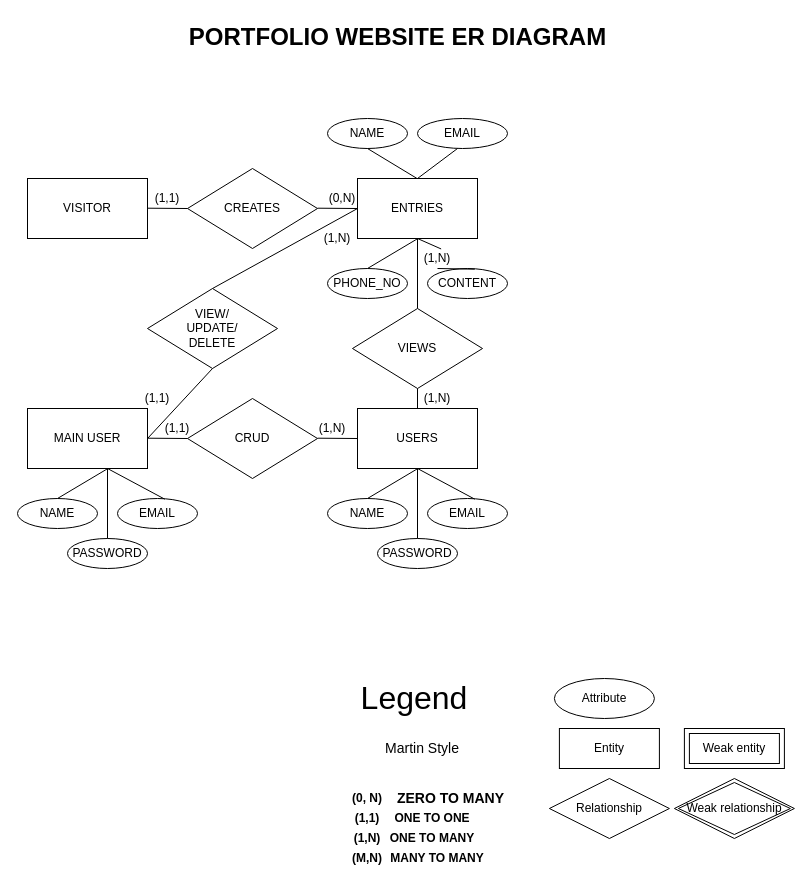
This is Submissions/Assignment01/Portfilio_ER.drawio from hussainlallani/f20_csfs1030, a draw.io file, before an edit. Source tidied: cells renumbered, new cells numbered last; positions are measured from the earlier drawing's top-left corner, leaving out a move shared by most shapes. Both pictures are drawn from the tidied source at 100%, with x=0, y=0 at pixel (17, 17).
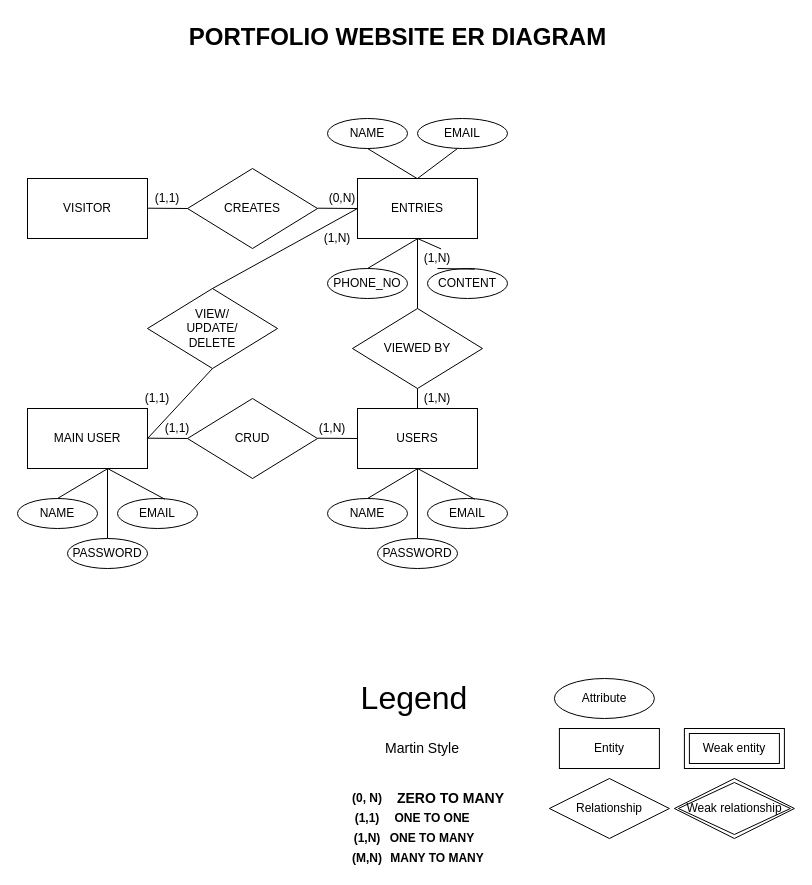
The same diagram, later.

Change to the diagram source:
```diff
@@
-    <mxCell id="28" value="VIEWS" style="rhombus;whiteSpace=wrap;html=1;" parent="1" vertex="1">
+    <mxCell id="28" value="VIEWED BY" style="rhombus;whiteSpace=wrap;html=1;" parent="1" vertex="1">
       <mxGeometry x="335" y="291" width="130" height="80" as="geometry" />
     </mxCell>
```
